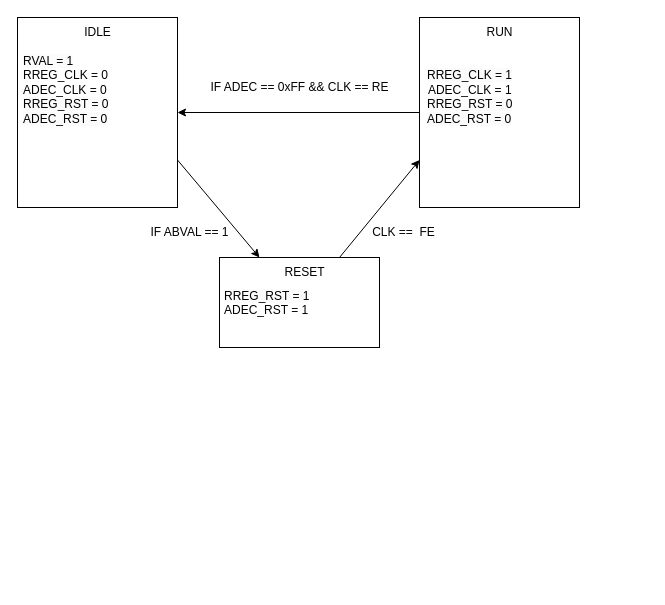
The draw.io diagram page "BLAKELEY_MODULE_REV2_CONTROL" (3 of 4) of Microarchitecture/ControlStateDiagrams/CtrlStateDiagrams.drawio in Heimvik/TFE4141, before the edit. Source tidied: cells renumbered, new cells numbered last; positions are measured from the earlier drawing's top-left corner, leaving out a move shared by most shapes. Both pictures are drawn from the tidied source at 100%, with x=0, y=0 at pixel (17, 17).
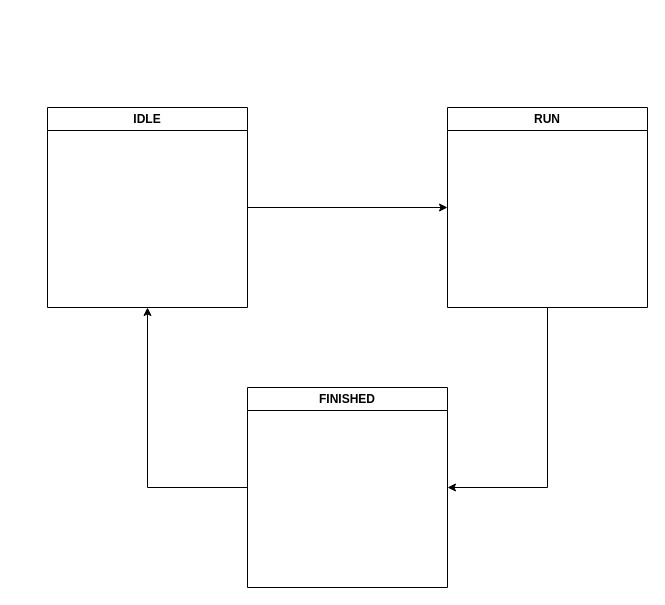
After the change.

What changed in the source:
```diff
@@
 <mxGraphModel>
   <root>
     <mxCell id="0" />
     <mxCell id="1" parent="0" />
-    <mxCell id="2" style="rounded=0;whiteSpace=wrap;html=1;" parent="1" vertex="1">
-      <mxGeometry width="160" height="190" as="geometry" />
-    </mxCell>
+    <mxCell id="17" style="edgeStyle=orthogonalEdgeStyle;rounded=0;jettySize=auto;html=1;exitX=1;exitY=0.5;exitDx=0;exitDy=0;entryX=0;entryY=0.5;entryDx=0;entryDy=0;" parent="1" edge="1" source="3" target="5">
+      <mxGeometry relative="1" as="geometry" />
+    </mxCell>
-    <mxCell id="3" value="IDLE" style="text;html=1;align=center;verticalAlign=middle;points=[];strokeColor=none;fillColor=none;" parent="1" vertex="1">
-      <mxGeometry x="55" width="50" height="30" as="geometry" />
+    <mxCell id="3" value="IDLE" style="swimlane;whiteSpace=wrap;html=1;" parent="1" vertex="1">
+      <mxGeometry x="30" y="90" width="200" height="200" as="geometry" />
     </mxCell>
-    <mxCell id="4" style="rounded=0;whiteSpace=wrap;html=1;" parent="1" vertex="1">
-      <mxGeometry x="402" width="160" height="190" as="geometry" />
-    </mxCell>
+    <mxCell id="18" style="edgeStyle=orthogonalEdgeStyle;rounded=0;jettySize=auto;html=1;exitX=0.5;exitY=1;exitDx=0;exitDy=0;entryX=1;entryY=0.5;entryDx=0;entryDy=0;" parent="1" edge="1" source="5" target="20">
+      <mxGeometry relative="1" as="geometry" />
+    </mxCell>
-    <mxCell id="5" value="RUN" style="text;html=1;align=center;verticalAlign=middle;points=[];strokeColor=none;fillColor=none;" parent="1" vertex="1">
-      <mxGeometry x="457" width="50" height="30" as="geometry" />
+    <mxCell id="5" value="RUN" style="swimlane;whiteSpace=wrap;html=1;" parent="1" vertex="1">
+      <mxGeometry x="430" y="90" width="200" height="200" as="geometry" />
     </mxCell>
-    <mxCell id="6" value="&lt;div&gt;&lt;span style=&quot;color: rgb(0, 0, 0); font-family: Helvetica; font-size: 12px; font-style: normal; font-variant-ligatures: normal; font-variant-caps: normal; font-weight: 400; letter-spacing: normal; orphans: 2; text-align: center; text-indent: 0px; text-transform: none; widows: 2; word-spacing: 0px; -webkit-text-stroke-width: 0px; white-space: nowrap; background-color: rgb(251, 251, 251); text-decoration-thickness: initial; text-decoration-style: initial; text-decoration-color: initial; display: inline !important; float: none;&quot;&gt;RVAL = 1&lt;br&gt;&lt;/span&gt;&lt;/div&gt;&lt;div&gt;&lt;span style=&quot;color: rgb(0, 0, 0); font-family: Helvetica; font-size: 12px; font-style: normal; font-variant-ligatures: normal; font-variant-caps: normal; font-weight: 400; letter-spacing: normal; orphans: 2; text-align: center; text-indent: 0px; text-transform: none; widows: 2; word-spacing: 0px; -webkit-text-stroke-width: 0px; white-space: nowrap; background-color: rgb(251, 251, 251); text-decoration-thickness: initial; text-decoration-style: initial; text-decoration-color: initial; display: inline !important; float: none;&quot;&gt;&lt;div style=&quot;text-align: left; text-wrap: wrap;&quot;&gt;&lt;span style=&quot;text-align: center; text-wrap: nowrap;&quot;&gt;RREG_CLK = 0&lt;/span&gt;&lt;/div&gt;&lt;div style=&quot;text-align: left; text-wrap: wrap;&quot;&gt;&lt;span style=&quot;text-align: center; text-wrap: nowrap;&quot;&gt;&lt;span style=&quot;background-color: initial;&quot;&gt;ADEC_CLK = 0&lt;/span&gt;&lt;/span&gt;&lt;/div&gt;&lt;/span&gt;&lt;/div&gt;&lt;div&gt;&lt;span style=&quot;color: rgb(0, 0, 0); font-family: Helvetica; font-size: 12px; font-style: normal; font-variant-ligatures: normal; font-variant-caps: normal; font-weight: 400; letter-spacing: normal; orphans: 2; text-align: center; text-indent: 0px; text-transform: none; widows: 2; word-spacing: 0px; -webkit-text-stroke-width: 0px; white-space: nowrap; background-color: rgb(251, 251, 251); text-decoration-thickness: initial; text-decoration-style: initial; text-decoration-color: initial; display: inline !important; float: none;&quot;&gt;RREG_RST = 0&lt;/span&gt;&lt;/div&gt;&lt;div&gt;&lt;span style=&quot;color: rgb(0, 0, 0); font-family: Helvetica; font-size: 12px; font-style: normal; font-variant-ligatures: normal; font-variant-caps: normal; font-weight: 400; letter-spacing: normal; orphans: 2; text-align: center; text-indent: 0px; text-transform: none; widows: 2; word-spacing: 0px; -webkit-text-stroke-width: 0px; white-space: nowrap; background-color: rgb(251, 251, 251); text-decoration-thickness: initial; text-decoration-style: initial; text-decoration-color: initial; display: inline !important; float: none;&quot;&gt;ADEC_RST = 0&lt;/span&gt;&lt;/div&gt;" style="text;whiteSpace=wrap;html=1;" parent="1" vertex="1">
-      <mxGeometry x="4" y="30" width="118" height="80" as="geometry" />
-    </mxCell>
-    <mxCell id="7" style="rounded=0;whiteSpace=wrap;html=1;" parent="1" vertex="1">
-      <mxGeometry x="202" y="240" width="160" height="90" as="geometry" />
-    </mxCell>
-    <mxCell id="8" value="RESET" style="text;html=1;align=center;verticalAlign=middle;strokeColor=none;fillColor=none;" parent="1" vertex="1">
-      <mxGeometry x="257" y="240" width="60" height="30" as="geometry" />
-    </mxCell>
-    <mxCell id="9" style="endArrow=none;html=1;rounded=0;exitX=0;exitY=0.75;exitDx=0;exitDy=0;entryX=0.75;entryY=0;entryDx=0;entryDy=0;startArrow=classic;startFill=1;endFill=0;" parent="1" edge="1" source="4" target="7">
-      <mxGeometry relative="1" as="geometry" />
-    </mxCell>
-    <mxCell id="10" style="endArrow=none;html=1;rounded=0;exitX=0.25;exitY=0;exitDx=0;exitDy=0;entryX=1;entryY=0.75;entryDx=0;entryDy=0;startArrow=classic;startFill=1;endFill=0;" parent="1" edge="1" source="7" target="2">
-      <mxGeometry relative="1" as="geometry" />
-    </mxCell>
-    <mxCell id="11" style="endArrow=classic;html=1;rounded=0;exitX=0;exitY=0.5;exitDx=0;exitDy=0;entryX=1;entryY=0.5;entryDx=0;entryDy=0;" parent="1" edge="1" source="4" target="2">
-      <mxGeometry relative="1" as="geometry" />
-    </mxCell>
-    <mxCell id="12" value="&lt;span style=&quot;color: rgb(0, 0, 0); font-family: Helvetica; font-size: 12px; font-style: normal; font-variant-ligatures: normal; font-variant-caps: normal; font-weight: 400; letter-spacing: normal; orphans: 2; text-align: center; text-indent: 0px; text-transform: none; widows: 2; word-spacing: 0px; -webkit-text-stroke-width: 0px; white-space: nowrap; background-color: rgb(251, 251, 251); text-decoration-thickness: initial; text-decoration-style: initial; text-decoration-color: initial; display: inline !important; float: none;&quot;&gt;RREG_RST = 1&lt;/span&gt;&lt;div&gt;&lt;span style=&quot;color: rgb(0, 0, 0); font-family: Helvetica; font-size: 12px; font-style: normal; font-variant-ligatures: normal; font-variant-caps: normal; font-weight: 400; letter-spacing: normal; orphans: 2; text-align: center; text-indent: 0px; text-transform: none; widows: 2; word-spacing: 0px; -webkit-text-stroke-width: 0px; white-space: nowrap; background-color: rgb(251, 251, 251); text-decoration-thickness: initial; text-decoration-style: initial; text-decoration-color: initial; display: inline !important; float: none;&quot;&gt;&lt;div style=&quot;text-align: left; text-wrap: wrap;&quot;&gt;&lt;span style=&quot;text-align: center; text-wrap: nowrap;&quot;&gt;&lt;span style=&quot;background-color: initial;&quot;&gt;ADEC_RST = 1&lt;/span&gt;&lt;br&gt;&lt;/span&gt;&lt;/div&gt;&lt;div&gt;&lt;span style=&quot;text-align: center; text-wrap: nowrap;&quot;&gt;&lt;span style=&quot;background-color: initial;&quot;&gt;&lt;br&gt;&lt;/span&gt;&lt;/span&gt;&lt;/div&gt;&lt;/span&gt;&lt;/div&gt;" style="text;whiteSpace=wrap;html=1;" parent="1" vertex="1">
-      <mxGeometry x="205" y="265" width="120" height="40" as="geometry" />
-    </mxCell>
-    <mxCell id="13" value="&lt;span style=&quot;color: rgb(0, 0, 0); font-family: Helvetica; font-size: 12px; font-style: normal; font-variant-ligatures: normal; font-variant-caps: normal; font-weight: 400; letter-spacing: normal; orphans: 2; text-align: center; text-indent: 0px; text-transform: none; widows: 2; word-spacing: 0px; -webkit-text-stroke-width: 0px; white-space: nowrap; background-color: rgb(251, 251, 251); text-decoration-thickness: initial; text-decoration-style: initial; text-decoration-color: initial; display: inline !important; float: none;&quot;&gt;&lt;br&gt;RREG_CLK = 1&lt;/span&gt;&lt;div&gt;&lt;div style=&quot;text-align: center;&quot;&gt;&lt;span style=&quot;text-wrap: nowrap;&quot;&gt;ADEC_CLK = 1&lt;/span&gt;&lt;/div&gt;&lt;div&gt;&lt;span style=&quot;color: rgb(0, 0, 0); font-family: Helvetica; font-size: 12px; font-style: normal; font-variant-ligatures: normal; font-variant-caps: normal; font-weight: 400; letter-spacing: normal; orphans: 2; text-align: center; text-indent: 0px; text-transform: none; widows: 2; word-spacing: 0px; -webkit-text-stroke-width: 0px; white-space: nowrap; background-color: rgb(251, 251, 251); text-decoration-thickness: initial; text-decoration-style: initial; text-decoration-color: initial; display: inline !important; float: none;&quot;&gt;RREG_RST = 0&lt;/span&gt;&lt;/div&gt;&lt;div&gt;&lt;span style=&quot;color: rgb(0, 0, 0); font-family: Helvetica; font-size: 12px; font-style: normal; font-variant-ligatures: normal; font-variant-caps: normal; font-weight: 400; letter-spacing: normal; orphans: 2; text-align: center; text-indent: 0px; text-transform: none; widows: 2; word-spacing: 0px; -webkit-text-stroke-width: 0px; white-space: nowrap; background-color: rgb(251, 251, 251); text-decoration-thickness: initial; text-decoration-style: initial; text-decoration-color: initial; display: inline !important; float: none;&quot;&gt;ADEC_RST = 0&lt;/span&gt;&lt;/div&gt;&lt;/div&gt;" style="text;whiteSpace=wrap;html=1;" parent="1" vertex="1">
-      <mxGeometry x="408" y="30" width="120" height="40" as="geometry" />
-    </mxCell>
-    <mxCell id="14" value="CLK ==&amp;nbsp; FE" style="text;html=1;align=center;verticalAlign=middle;strokeColor=none;fillColor=none;" parent="1" vertex="1">
-      <mxGeometry x="341" y="200" width="90" height="30" as="geometry" />
-    </mxCell>
-    <mxCell id="15" value="IF ABVAL == 1" style="text;html=1;align=center;verticalAlign=middle;strokeColor=none;fillColor=none;" parent="1" vertex="1">
-      <mxGeometry x="122" y="200" width="100" height="30" as="geometry" />
-    </mxCell>
-    <mxCell id="16" value="IF ADEC == 0xFF &amp;amp;&amp;amp; CLK == RE" style="text;html=1;align=center;verticalAlign=middle;strokeColor=none;fillColor=none;" parent="1" vertex="1">
-      <mxGeometry x="182" y="55" width="200" height="30" as="geometry" />
-    </mxCell>
+    <mxCell id="19" style="edgeStyle=orthogonalEdgeStyle;rounded=0;jettySize=auto;html=1;exitX=0;exitY=0.5;exitDx=0;exitDy=0;entryX=0.5;entryY=1;entryDx=0;entryDy=0;" parent="1" edge="1" source="20" target="3">
+      <mxGeometry relative="1" as="geometry" />
+    </mxCell>
+    <mxCell id="20" value="FINISHED" style="swimlane;whiteSpace=wrap;html=1;" parent="1" vertex="1">
+      <mxGeometry x="230" y="370" width="200" height="200" as="geometry" />
+    </mxCell>
+    <mxCell id="21" value="&lt;div&gt;&lt;br&gt;&lt;/div&gt;" style="text;html=1;align=center;verticalAlign=middle;strokeColor=none;fillColor=none;" parent="1" vertex="1">
+      <mxGeometry x="70" y="123" width="20" height="30" as="geometry" />
+    </mxCell>
   </root>
 </mxGraphModel>
```
